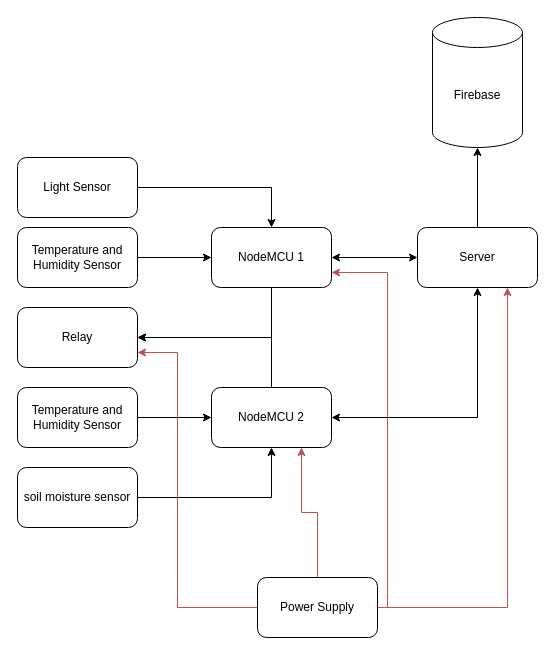
This is Biểu đồ không có tiêu đề.drawio from vuconfused/NotesApp, a draw.io file, before an edit. Source tidied: cells renumbered, new cells numbered last; positions are measured from the earlier drawing's top-left corner, leaving out a move shared by most shapes. Both pictures are drawn from the tidied source at 100%, with x=0, y=0 at pixel (17, 17).
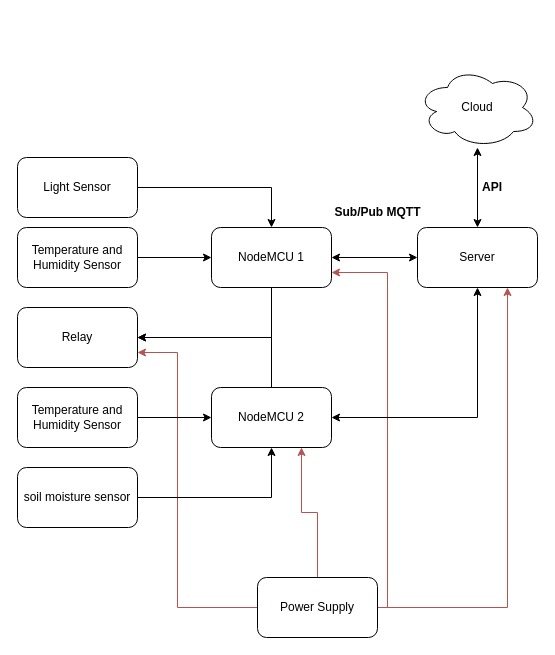
After the change.

Commit message:
Cập nhật Biểu đồ không có tiêu đề.drawio

The change refers to these unchanged cells:
```xml
<mxCell id="7" value="Server" style="rounded=1;whiteSpace=wrap;html=1;" parent="1" vertex="1">
  <mxGeometry x="400" y="210" width="120" height="60" as="geometry" />
</mxCell>
```

What changed in the source:
```diff
@@
-    <mxCell id="5" value="Firebase" style="shape=cylinder3;whiteSpace=wrap;html=1;boundedLbl=1;backgroundOutline=1;size=15;" parent="1" vertex="1">
-      <mxGeometry x="415" width="90" height="130" as="geometry" />
-    </mxCell>
-    <mxCell id="6" style="edgeStyle=orthogonalEdgeStyle;rounded=0;jettySize=auto;html=1;" parent="1" edge="1" source="7" target="5">
-      <mxGeometry relative="1" as="geometry" />
+    <mxCell id="6" style="edgeStyle=orthogonalEdgeStyle;rounded=0;jettySize=auto;html=1;startArrow=classic;startFill=1;" parent="1" edge="1" source="7">
+      <mxGeometry relative="1" as="geometry">
+        <mxPoint x="460" y="130" as="targetPoint" />
+      </mxGeometry>
     </mxCell>
@@
+    <mxCell id="25" value="&lt;b&gt;Sub/Pub MQTT&lt;/b&gt;" style="text;html=1;align=center;verticalAlign=middle;strokeColor=none;fillColor=none;" parent="1" vertex="1">
+      <mxGeometry x="305" y="180" width="110" height="30" as="geometry" />
+    </mxCell>
+    <mxCell id="26" value="&lt;b&gt;API&lt;/b&gt;" style="text;html=1;strokeColor=none;fillColor=none;align=center;verticalAlign=middle;whiteSpace=wrap;rounded=0;" parent="1" vertex="1">
+      <mxGeometry x="445" y="155" width="60" height="30" as="geometry" />
+    </mxCell>
+    <mxCell id="27" value="Cloud" style="ellipse;shape=cloud;whiteSpace=wrap;html=1;" parent="1" vertex="1">
+      <mxGeometry x="400" y="50" width="120" height="80" as="geometry" />
+    </mxCell>
```
